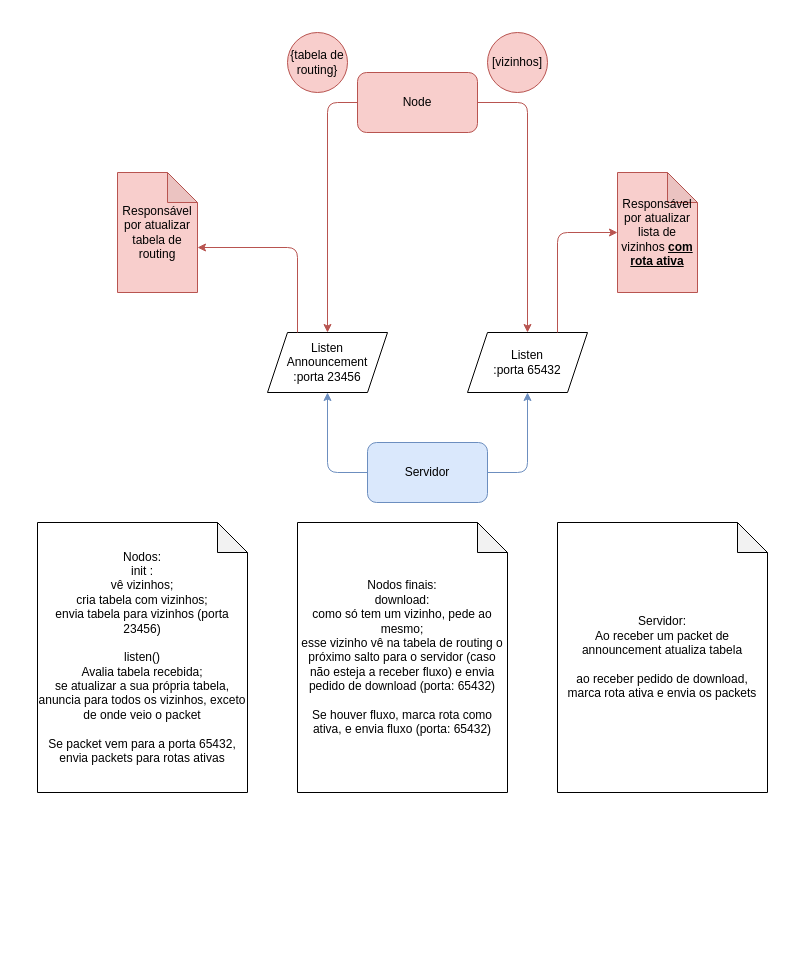
Before: diagrama.drawio in JoaoSG56/ESR-TP3, a draw.io diagram. Source tidied: cells renumbered, new cells numbered last; positions are measured from the earlier drawing's top-left corner, leaving out a move shared by most shapes. Both pictures are drawn from the tidied source at 100%, with x=0, y=0 at pixel (37, 32).
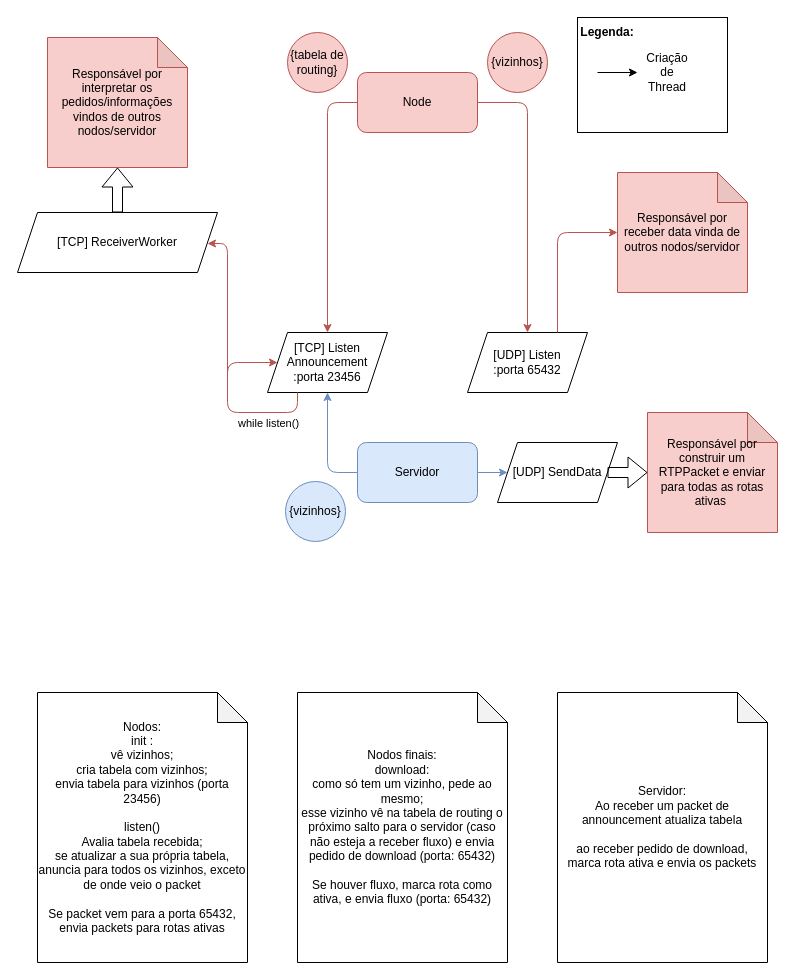
The same diagram, later.

What changed in the source:
```diff
@@
+    <mxCell id="19" style="rounded=0;whiteSpace=wrap;html=1;" parent="1" vertex="1">
+      <mxGeometry x="540" y="-15" width="150" height="115" as="geometry" />
+    </mxCell>
     <mxCell id="2" value="Servidor" style="rounded=1;whiteSpace=wrap;html=1;fillColor=#dae8fc;strokeColor=#6c8ebf;" parent="1" vertex="1">
-      <mxGeometry x="330" y="410" width="120" height="60" as="geometry" />
+      <mxGeometry x="320" y="410" width="120" height="60" as="geometry" />
     </mxCell>
@@
-    <mxCell id="5" value="Listen &lt;br&gt;Announcement&lt;br&gt;:porta 23456" style="shape=parallelogram;perimeter=parallelogramPerimeter;whiteSpace=wrap;html=1;fixedSize=1;" parent="1" vertex="1">
+    <mxCell id="5" value="[TCP] Listen &lt;br&gt;Announcement&lt;br&gt;:porta 23456" style="shape=parallelogram;perimeter=parallelogramPerimeter;whiteSpace=wrap;html=1;fixedSize=1;" parent="1" vertex="1">
       <mxGeometry x="230" y="300" width="120" height="60" as="geometry" />
     </mxCell>
-    <mxCell id="6" style="endArrow=classic;html=1;exitX=1;exitY=0.5;exitDx=0;exitDy=0;fillColor=#dae8fc;strokeColor=#6c8ebf;" parent="1" edge="1" source="2">
-      <mxGeometry relative="1" as="geometry">
-        <mxPoint x="490" y="360" as="targetPoint" />
-        <Array as="points">
-          <mxPoint x="490" y="440" />
-        </Array>
-      </mxGeometry>
-    </mxCell>
-    <mxCell id="7" value="Listen&lt;br&gt;:porta 65432" style="shape=parallelogram;perimeter=parallelogramPerimeter;whiteSpace=wrap;html=1;fixedSize=1;" parent="1" vertex="1">
+    <mxCell id="7" value="[UDP] Listen&lt;br&gt;:porta 65432" style="shape=parallelogram;perimeter=parallelogramPerimeter;whiteSpace=wrap;html=1;fixedSize=1;" parent="1" vertex="1">
       <mxGeometry x="430" y="300" width="120" height="60" as="geometry" />
     </mxCell>
     <mxCell id="8" value="Nodos:&lt;br&gt;init :&lt;br&gt;vê vizinhos;&lt;br&gt;cria tabela com vizinhos;&lt;br&gt;envia tabela para vizinhos (porta 23456)&lt;br&gt;&lt;br&gt;listen()&lt;br&gt;Avalia tabela recebida;&lt;br&gt;se atualizar a sua própria tabela, anuncia para todos os vizinhos, exceto de onde veio o packet&lt;br&gt;&lt;br&gt;Se packet vem para a porta 65432, envia packets para rotas ativas" style="shape=note;whiteSpace=wrap;html=1;backgroundOutline=1;darkOpacity=0.05;" parent="1" vertex="1">
-      <mxGeometry y="490" width="210" height="270" as="geometry" />
+      <mxGeometry y="660" width="210" height="270" as="geometry" />
     </mxCell>
     <mxCell id="9" value="Nodos finais:&lt;br&gt;download:&lt;br&gt;como só tem um vizinho, pede ao mesmo;&lt;br&gt;esse vizinho vê na tabela de routing o próximo salto para o servidor (caso não esteja a receber fluxo) e envia pedido de download (porta: 65432)&lt;br&gt;&lt;br&gt;Se houver fluxo, marca rota como ativa, e envia fluxo (porta: 65432)" style="shape=note;whiteSpace=wrap;html=1;backgroundOutline=1;darkOpacity=0.05;" parent="1" vertex="1">
-      <mxGeometry x="260" y="490" width="210" height="270" as="geometry" />
+      <mxGeometry x="260" y="660" width="210" height="270" as="geometry" />
     </mxCell>
-    <mxCell id="10" value="[vizinhos]" style="ellipse;whiteSpace=wrap;html=1;fillColor=#f8cecc;strokeColor=#b85450;" parent="1" vertex="1">
+    <mxCell id="10" value="{vizinhos}" style="ellipse;whiteSpace=wrap;html=1;fillColor=#f8cecc;strokeColor=#b85450;" parent="1" vertex="1">
       <mxGeometry x="450" width="60" height="60" as="geometry" />
     </mxCell>
@@
-    <mxCell id="14" value="Responsável por atualizar tabela de routing" style="shape=note;whiteSpace=wrap;html=1;backgroundOutline=1;darkOpacity=0.05;fillColor=#f8cecc;strokeColor=#b85450;" parent="1" vertex="1">
-      <mxGeometry x="80" y="140" width="80" height="120" as="geometry" />
+    <mxCell id="14" value="Responsável por interpretar os pedidos/informações vindos de outros nodos/servidor" style="shape=note;whiteSpace=wrap;html=1;backgroundOutline=1;darkOpacity=0.05;fillColor=#f8cecc;strokeColor=#b85450;" parent="1" vertex="1">
+      <mxGeometry x="10" y="5" width="140" height="130" as="geometry" />
     </mxCell>
-    <mxCell id="15" value="Responsável por atualizar lista de vizinhos &lt;b&gt;&lt;u&gt;com rota ativa&lt;/u&gt;&lt;/b&gt;" style="shape=note;whiteSpace=wrap;html=1;backgroundOutline=1;darkOpacity=0.05;fillColor=#f8cecc;strokeColor=#b85450;" parent="1" vertex="1">
-      <mxGeometry x="580" y="140" width="80" height="120" as="geometry" />
+    <mxCell id="15" value="Responsável por receber data vinda de outros nodos/servidor" style="shape=note;whiteSpace=wrap;html=1;backgroundOutline=1;darkOpacity=0.05;fillColor=#f8cecc;strokeColor=#b85450;" parent="1" vertex="1">
+      <mxGeometry x="580" y="140" width="130" height="120" as="geometry" />
     </mxCell>
-    <mxCell id="16" style="endArrow=classic;html=1;exitX=0.25;exitY=0;exitDx=0;exitDy=0;entryX=0;entryY=0;entryDx=80;entryDy=75;entryPerimeter=0;fillColor=#f8cecc;strokeColor=#b85450;" parent="1" edge="1" source="5" target="14">
+    <mxCell id="16" style="endArrow=classic;html=1;exitX=0.25;exitY=1;exitDx=0;exitDy=0;fillColor=#f8cecc;strokeColor=#b85450;entryX=0;entryY=0.5;entryDx=0;entryDy=0;" parent="1" edge="1" source="5" target="5">
       <mxGeometry relative="1" as="geometry">
         <Array as="points">
-          <mxPoint x="260" y="215" />
+          <mxPoint x="260" y="380" />
+          <mxPoint x="190" y="380" />
+          <mxPoint x="190" y="330" />
         </Array>
       </mxGeometry>
     </mxCell>
+    <mxCell id="20" value="while listen()" style="edgeLabel;html=1;align=center;verticalAlign=middle;" parent="16" vertex="1">
+      <mxGeometry x="-0.42" y="-3" relative="1" as="geometry">
+        <mxPoint x="5" y="13" as="offset" />
+      </mxGeometry>
+    </mxCell>
@@
     <mxCell id="18" value="Servidor:&lt;br&gt;Ao receber um packet de announcement atualiza tabela&lt;br&gt;&lt;br&gt;ao receber pedido de download, marca rota ativa e envia os packets&lt;br&gt;" style="shape=note;whiteSpace=wrap;html=1;backgroundOutline=1;darkOpacity=0.05;" parent="1" vertex="1">
-      <mxGeometry x="520" y="490" width="210" height="270" as="geometry" />
+      <mxGeometry x="520" y="660" width="210" height="270" as="geometry" />
     </mxCell>
+    <mxCell id="21" style="endArrow=classic;html=1;" parent="1" edge="1">
+      <mxGeometry relative="1" as="geometry">
+        <mxPoint x="560" y="40" as="sourcePoint" />
+        <mxPoint x="600" y="40" as="targetPoint" />
+      </mxGeometry>
+    </mxCell>
+    <mxCell id="22" value="Criação de Thread" style="text;html=1;strokeColor=none;fillColor=none;align=center;verticalAlign=middle;whiteSpace=wrap;rounded=0;" parent="1" vertex="1">
+      <mxGeometry x="610" y="30" width="40" height="20" as="geometry" />
+    </mxCell>
+    <mxCell id="23" style="endArrow=classic;html=1;fillColor=#f8cecc;strokeColor=#b85450;" parent="1" edge="1">
+      <mxGeometry relative="1" as="geometry">
+        <mxPoint x="190" y="350" as="sourcePoint" />
+        <mxPoint x="170" y="211" as="targetPoint" />
+        <Array as="points">
+          <mxPoint x="190" y="211" />
+        </Array>
+      </mxGeometry>
+    </mxCell>
+    <mxCell id="24" value="[TCP] ReceiverWorker" style="shape=parallelogram;perimeter=parallelogramPerimeter;whiteSpace=wrap;html=1;fixedSize=1;" parent="1" vertex="1">
+      <mxGeometry x="-20" y="180" width="200" height="60" as="geometry" />
+    </mxCell>
+    <mxCell id="25" style="shape=flexArrow;endArrow=classic;html=1;exitX=0.5;exitY=0;exitDx=0;exitDy=0;entryX=0.5;entryY=1;entryDx=0;entryDy=0;entryPerimeter=0;" parent="1" edge="1" source="24" target="14">
+      <mxGeometry relative="1" as="geometry" />
+    </mxCell>
+    <mxCell id="26" value="[UDP] SendData" style="shape=parallelogram;perimeter=parallelogramPerimeter;whiteSpace=wrap;html=1;fixedSize=1;" parent="1" vertex="1">
+      <mxGeometry x="460" y="410" width="120" height="60" as="geometry" />
+    </mxCell>
+    <mxCell id="27" value="Responsável por construir um RTPPacket e enviar para todas as rotas ativas&amp;nbsp;" style="shape=note;whiteSpace=wrap;html=1;backgroundOutline=1;darkOpacity=0.05;fillColor=#f8cecc;strokeColor=#b85450;" parent="1" vertex="1">
+      <mxGeometry x="610" y="380" width="130" height="120" as="geometry" />
+    </mxCell>
+    <mxCell id="28" style="shape=flexArrow;endArrow=classic;html=1;exitX=1;exitY=0.5;exitDx=0;exitDy=0;entryX=0;entryY=0.5;entryDx=0;entryDy=0;entryPerimeter=0;" parent="1" edge="1" source="26" target="27">
+      <mxGeometry relative="1" as="geometry" />
+    </mxCell>
+    <mxCell id="29" style="endArrow=classic;html=1;exitX=1;exitY=0.5;exitDx=0;exitDy=0;fillColor=#dae8fc;strokeColor=#6c8ebf;entryX=0;entryY=0.5;entryDx=0;entryDy=0;" parent="1" edge="1" source="2" target="26">
+      <mxGeometry relative="1" as="geometry" />
+    </mxCell>
+    <mxCell id="30" value="&lt;b&gt;Legenda:&lt;/b&gt;" style="text;html=1;strokeColor=none;fillColor=none;align=center;verticalAlign=middle;whiteSpace=wrap;rounded=0;" parent="1" vertex="1">
+      <mxGeometry x="550" y="-10" width="40" height="20" as="geometry" />
+    </mxCell>
+    <mxCell id="31" value="{vizinhos}" style="ellipse;whiteSpace=wrap;html=1;fillColor=#dae8fc;strokeColor=#6c8ebf;" parent="1" vertex="1">
+      <mxGeometry x="248" y="449" width="60" height="60" as="geometry" />
+    </mxCell>
```
